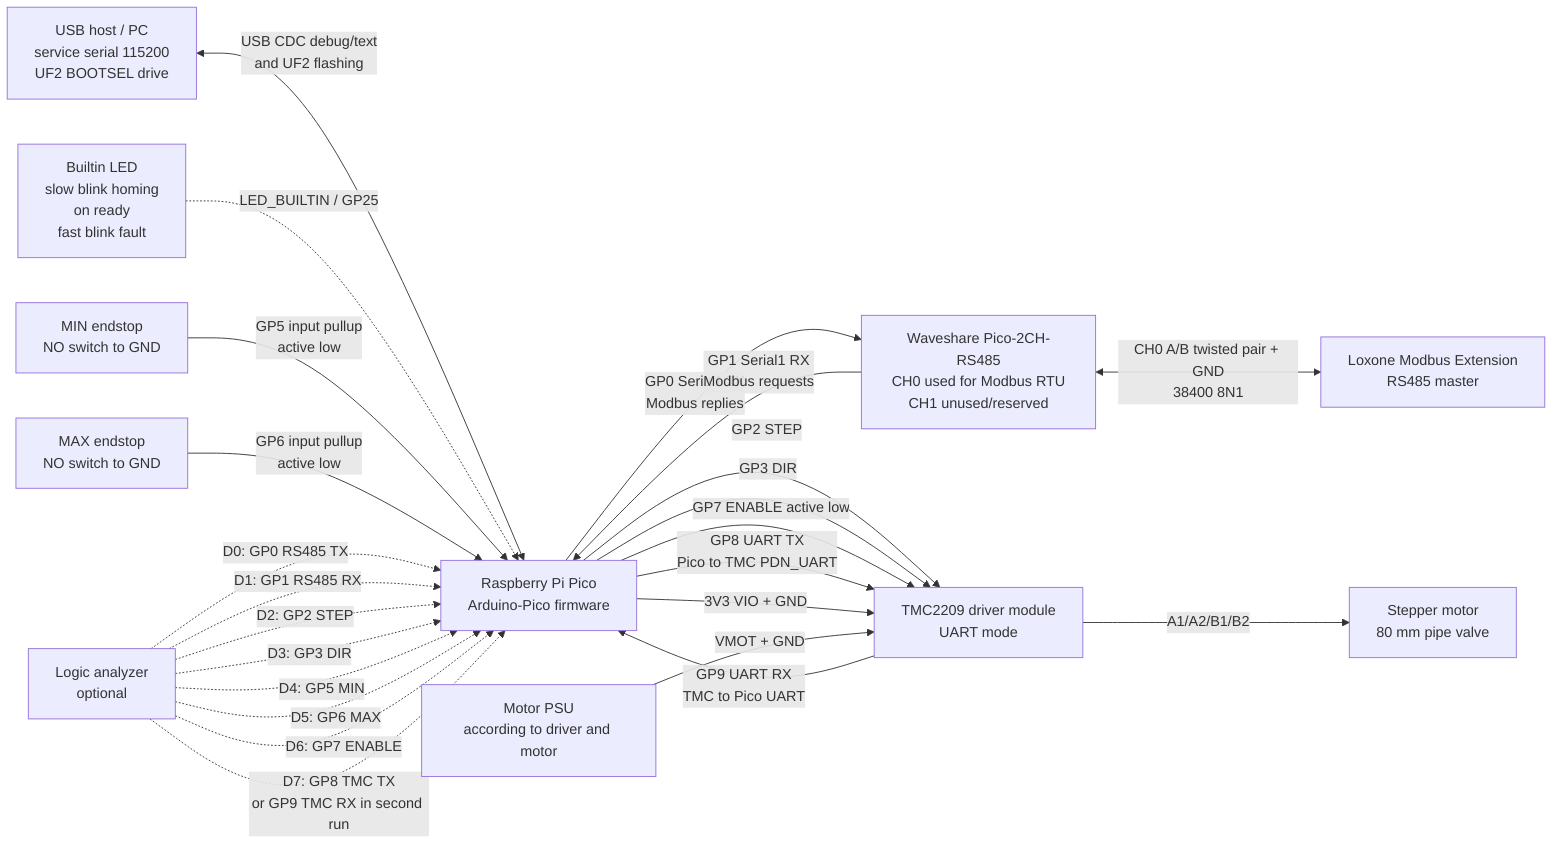
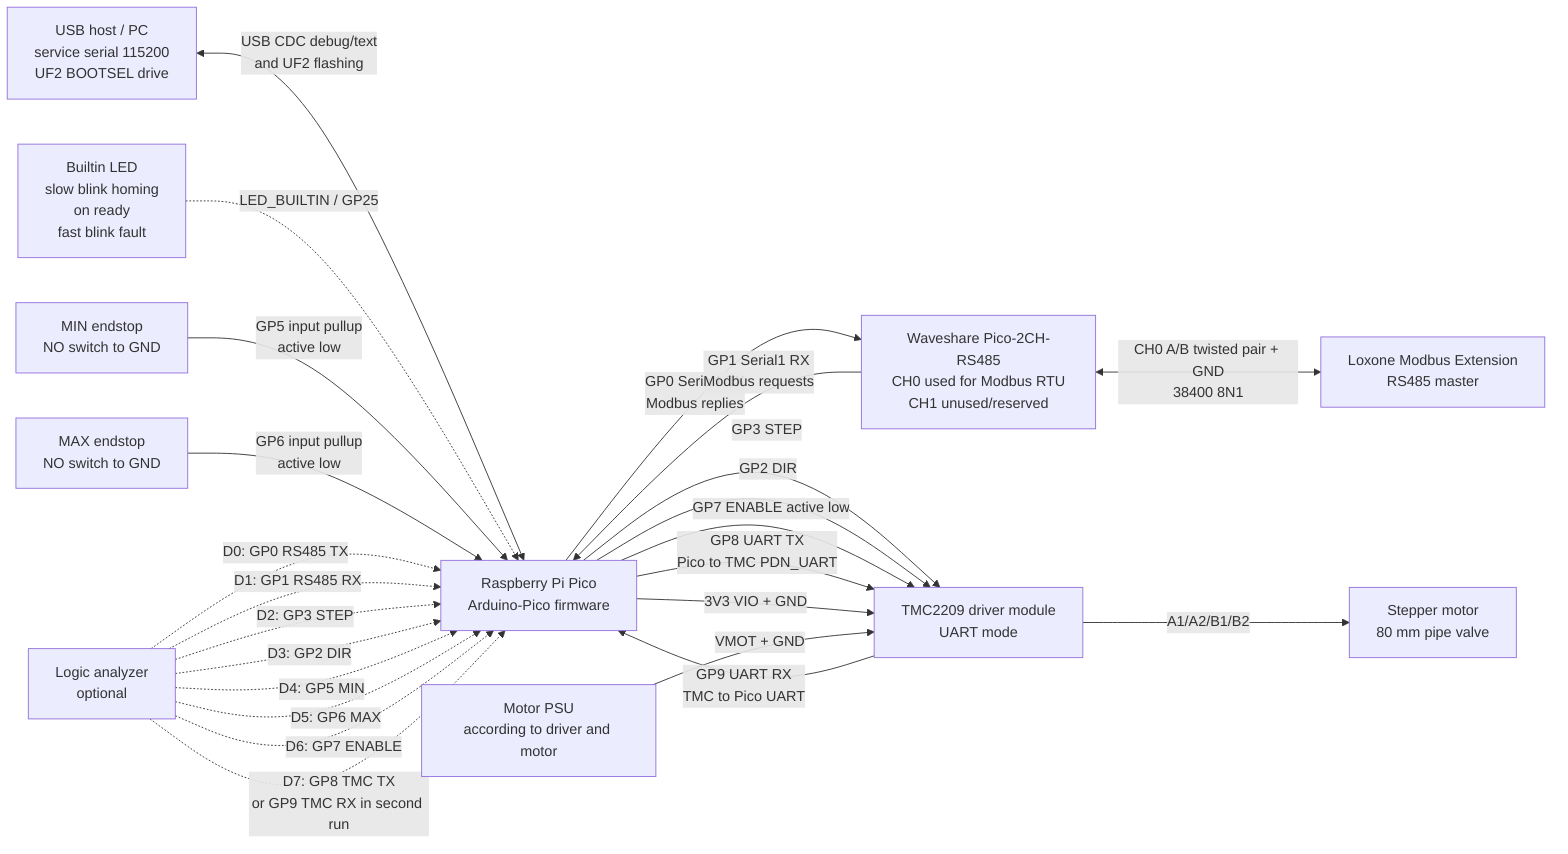
flowchart LR
  Pico["Raspberry Pi Pico<br/>Arduino-Pico firmware"]
  Usb["USB host / PC<br/>service serial 115200<br/>UF2 BOOTSEL drive"]
  Led["Builtin LED<br/>slow blink homing<br/>on ready<br/>fast blink fault"]
  Rs485["Waveshare Pico-2CH-RS485<br/>CH0 used for Modbus RTU<br/>CH1 unused/reserved"]
  Loxone["Loxone Modbus Extension<br/>RS485 master"]
  Tmc["TMC2209 driver module<br/>UART mode"]
  Motor["Stepper motor<br/>80 mm pipe valve"]
  Min["MIN endstop<br/>NO switch to GND"]
  Max["MAX endstop<br/>NO switch to GND"]
  Psu["Motor PSU<br/>according to driver and motor"]
  La["Logic analyzer<br/>optional"]

  Usb <-->|"USB CDC debug/text<br/>and UF2 flashing"| Pico
  Led -. "LED_BUILTIN / GP25" .-> Pico

  Pico -- "GP0 Serial1 TX<br/>Modbus replies" --> Rs485
  Rs485 -- "GP1 Serial1 RX<br/>Modbus requests" --> Pico
  Rs485 <-->|"CH0 A/B twisted pair + GND<br/>38400 8N1"| Loxone

-   Pico -- "GP2 STEP" --> Tmc
-   Pico -- "GP3 DIR" --> Tmc
+   Pico -- "GP3 STEP" --> Tmc
+   Pico -- "GP2 DIR" --> Tmc
  Pico -- "GP7 ENABLE active low" --> Tmc
  Pico -- "GP8 UART TX<br/>Pico to TMC PDN_UART" --> Tmc
  Tmc -- "GP9 UART RX<br/>TMC to Pico UART" --> Pico
  Pico -- "3V3 VIO + GND" --> Tmc
  Psu -- "VMOT + GND" --> Tmc
  Tmc -- "A1/A2/B1/B2" --> Motor

  Min -- "GP5 input pullup<br/>active low" --> Pico
  Max -- "GP6 input pullup<br/>active low" --> Pico

  La -. "D0: GP0 RS485 TX" .-> Pico
  La -. "D1: GP1 RS485 RX" .-> Pico
-   La -. "D2: GP2 STEP" .-> Pico
-   La -. "D3: GP3 DIR" .-> Pico
+   La -. "D2: GP3 STEP" .-> Pico
+   La -. "D3: GP2 DIR" .-> Pico
  La -. "D4: GP5 MIN" .-> Pico
  La -. "D5: GP6 MAX" .-> Pico
  La -. "D6: GP7 ENABLE" .-> Pico
  La -. "D7: GP8 TMC TX<br/>or GP9 TMC RX in second run" .-> Pico
